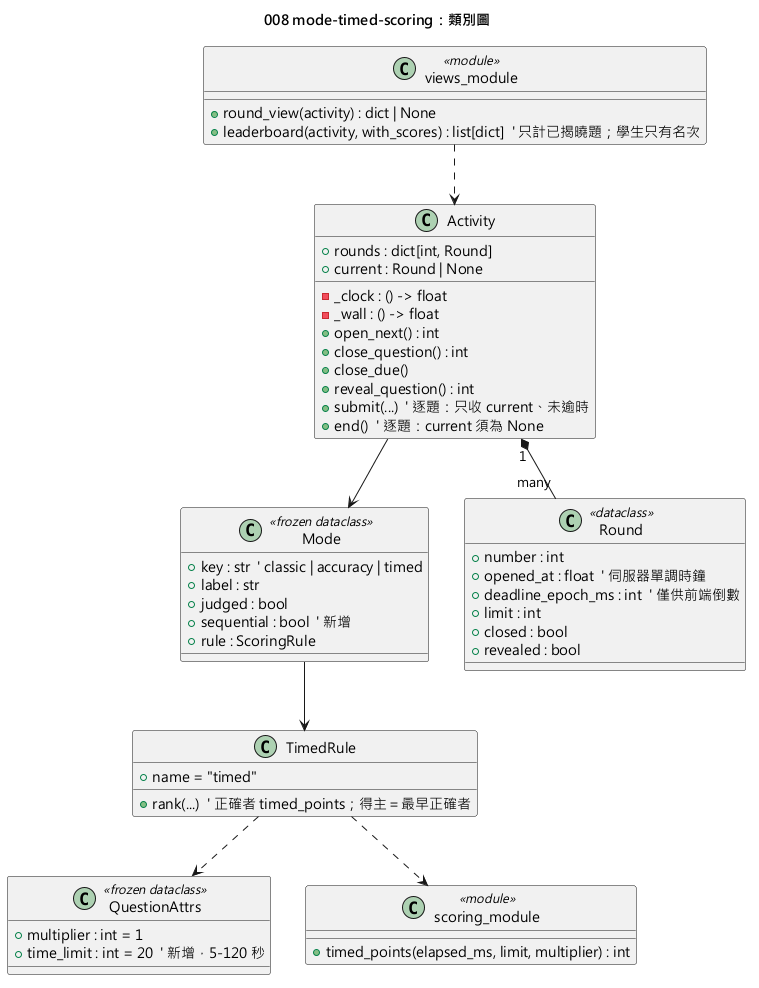
Above: diagrams/008-mode-timed-scoring-class.png in yue083139/software_fin-speckit (PlantUML), before the change.
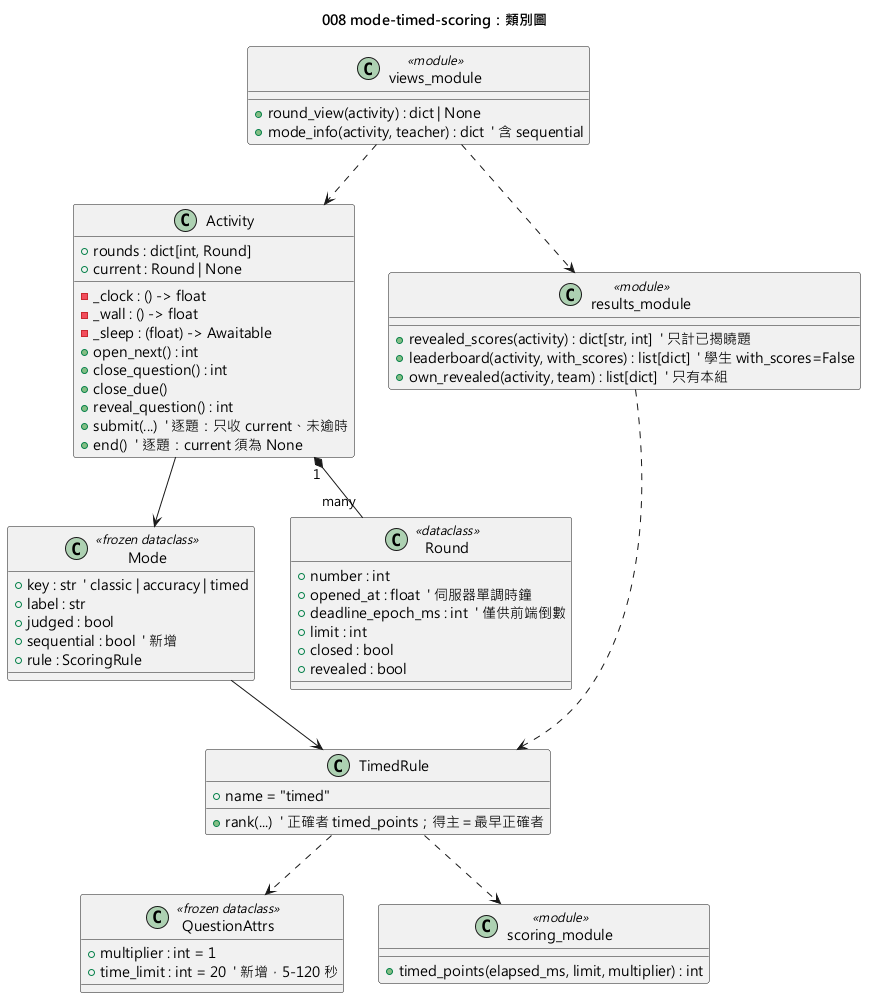
Above is the later version.

Change to the diagram source:
```diff
@@ -38,6 +38,7 @@
   + current : Round | None
   - _clock : () -> float
   - _wall : () -> float
+  - _sleep : (float) -> Awaitable
   + open_next() : int
   + close_question() : int
   + close_due()
@@ -48,7 +49,13 @@
 
 class views_module <<module>> {
   + round_view(activity) : dict | None
-  + leaderboard(activity, with_scores) : list[dict]  ' 只計已揭曉題；學生只有名次
+  + mode_info(activity, teacher) : dict  ' 含 sequential
+}
+
+class results_module <<module>> {
+  + revealed_scores(activity) : dict[str, int]  ' 只計已揭曉題
+  + leaderboard(activity, with_scores) : list[dict]  ' 學生 with_scores=False
+  + own_revealed(activity, team) : list[dict]  ' 只有本組
 }
 
 TimedRule ..> scoring_module
@@ -57,4 +64,6 @@
 Mode --> TimedRule
 TimedRule ..> QuestionAttrs
 views_module ..> Activity
+views_module ..> results_module
+results_module ..> TimedRule
 @enduml
```
